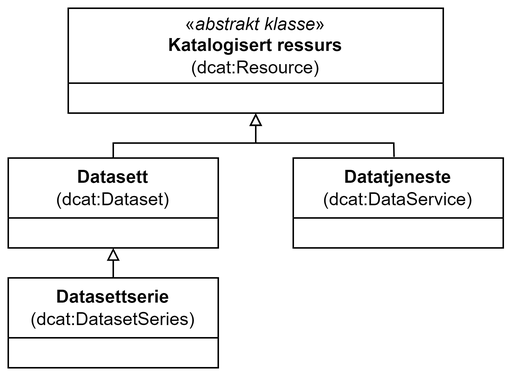
Informasjonsforvaltning/dcat-ap-no keeps this draw.io diagram as docs/images/Klassen-KatalogisertRessurs.png. Above is the earlier version. Source tidied: cells renumbered, new cells last; positions are measured from the earlier drawing's top-left corner, leaving out a move shared by most shapes.
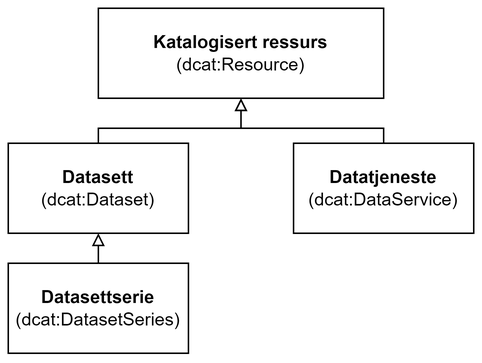
After the change.

The edit, as a diff of the source:
```diff
@@ -2,36 +2,42 @@
   <root>
     <mxCell id="0" />
     <mxCell id="1" parent="0" />
-    <mxCell id="2" value="&lt;span style=&quot;font-weight: normal;&quot;&gt;«&lt;i&gt;abstrakt klasse&lt;/i&gt;»&lt;/span&gt;&lt;br&gt;Katalogisert ressurs&lt;br&gt;&lt;span style=&quot;font-weight: normal;&quot;&gt;(&lt;/span&gt;&lt;span style=&quot;font-weight: 400;&quot;&gt;dcat:Resource&lt;/span&gt;&lt;span style=&quot;font-weight: normal;&quot;&gt;)&lt;/span&gt;" style="swimlane;whiteSpace=wrap;html=1;startSize=50;" parent="1" vertex="1">
-      <mxGeometry x="40" width="250" height="70" as="geometry" />
-    </mxCell>
-    <mxCell id="3" value="Datasett&lt;br&gt;&lt;span style=&quot;font-weight: normal;&quot;&gt;(&lt;/span&gt;&lt;span style=&quot;font-weight: 400;&quot;&gt;dcat:Dataset&lt;/span&gt;&lt;span style=&quot;font-weight: normal;&quot;&gt;)&lt;/span&gt;" style="swimlane;whiteSpace=wrap;html=1;startSize=40;" parent="1" vertex="1">
-      <mxGeometry y="100" width="140" height="60" as="geometry" />
-    </mxCell>
-    <mxCell id="4" value="Datasettserie&lt;br&gt;&lt;span style=&quot;font-weight: normal;&quot;&gt;(&lt;/span&gt;&lt;span style=&quot;font-weight: 400;&quot;&gt;dcat:DatasetSeries&lt;/span&gt;&lt;span style=&quot;font-weight: normal;&quot;&gt;)&lt;/span&gt;" style="swimlane;whiteSpace=wrap;html=1;startSize=40;" parent="1" vertex="1">
-      <mxGeometry y="180" width="140" height="60" as="geometry" />
-    </mxCell>
-    <mxCell id="5" value="Datatjeneste&lt;br&gt;&lt;span style=&quot;font-weight: normal;&quot;&gt;(&lt;/span&gt;&lt;span style=&quot;font-weight: 400;&quot;&gt;dcat:DataService&lt;/span&gt;&lt;span style=&quot;font-weight: normal;&quot;&gt;)&lt;/span&gt;" style="swimlane;whiteSpace=wrap;html=1;startSize=40;" parent="1" vertex="1">
-      <mxGeometry x="190" y="100" width="140" height="60" as="geometry" />
-    </mxCell>
-    <mxCell id="6" style="endArrow=block;html=1;rounded=0;exitX=0.5;exitY=0;exitDx=0;exitDy=0;entryX=0.5;entryY=1;entryDx=0;entryDy=0;endFill=0;" parent="1" edge="1" source="3" target="2">
+    <mxCell id="6" style="endArrow=block;html=1;rounded=0;exitX=0.5;exitY=0;exitDx=0;exitDy=0;entryX=0.5;entryY=1;entryDx=0;entryDy=0;endFill=0;" parent="1" edge="1">
       <mxGeometry relative="1" as="geometry">
+        <mxPoint x="60" y="100" as="sourcePoint" />
+        <mxPoint x="155" y="70" as="targetPoint" />
         <Array as="points">
-          <mxPoint x="70" y="90" />
-          <mxPoint x="165" y="90" />
+          <mxPoint x="60" y="90" />
+          <mxPoint x="155" y="90" />
         </Array>
       </mxGeometry>
     </mxCell>
-    <mxCell id="7" style="endArrow=block;html=1;rounded=0;exitX=0.5;exitY=0;exitDx=0;exitDy=0;endFill=0;entryX=0.5;entryY=1;entryDx=0;entryDy=0;" parent="1" edge="1" source="4" target="3">
-      <mxGeometry relative="1" as="geometry" />
+    <mxCell id="7" style="endArrow=block;html=1;rounded=0;exitX=0.5;exitY=0;exitDx=0;exitDy=0;endFill=0;entryX=0.5;entryY=1;entryDx=0;entryDy=0;" parent="1" edge="1">
+      <mxGeometry relative="1" as="geometry">
+        <mxPoint x="60" y="180" as="sourcePoint" />
+        <mxPoint x="60" y="160" as="targetPoint" />
+      </mxGeometry>
     </mxCell>
-    <mxCell id="8" style="endArrow=block;html=1;rounded=0;exitX=0.48;exitY=-0.012;exitDx=0;exitDy=0;endFill=0;exitPerimeter=0;entryX=0.5;entryY=1;entryDx=0;entryDy=0;" parent="1" edge="1" source="5" target="2">
+    <mxCell id="8" style="endArrow=block;html=1;rounded=0;exitX=0.5;exitY=0;exitDx=0;exitDy=0;endFill=0;entryX=0.5;entryY=1;entryDx=0;entryDy=0;" parent="1" edge="1" source="11">
       <mxGeometry relative="1" as="geometry">
+        <mxPoint x="155" y="70" as="targetPoint" />
         <Array as="points">
-          <mxPoint x="257" y="90" />
-          <mxPoint x="165" y="90" />
+          <mxPoint x="250" y="90" />
+          <mxPoint x="155" y="90" />
         </Array>
       </mxGeometry>
     </mxCell>
+    <mxCell id="9" value="&lt;span style=&quot;color: rgb(0, 0, 0); font-family: Helvetica; font-size: 12px; font-style: normal; font-variant-ligatures: normal; font-variant-caps: normal; font-weight: 700; letter-spacing: normal; orphans: 2; text-align: center; text-indent: 0px; text-transform: none; widows: 2; word-spacing: 0px; -webkit-text-stroke-width: 0px; white-space: normal; text-decoration-thickness: initial; text-decoration-style: initial; text-decoration-color: initial; float: none; display: inline !important;&quot;&gt;Katalogisert ressurs&lt;/span&gt;&lt;br style=&quot;forced-color-adjust: none; color: rgb(0, 0, 0); font-family: Helvetica; font-size: 12px; font-style: normal; font-variant-ligatures: normal; font-variant-caps: normal; font-weight: 700; letter-spacing: normal; orphans: 2; text-align: center; text-indent: 0px; text-transform: none; widows: 2; word-spacing: 0px; -webkit-text-stroke-width: 0px; white-space: normal; text-decoration-thickness: initial; text-decoration-style: initial; text-decoration-color: initial;&quot;&gt;&lt;span style=&quot;forced-color-adjust: none; color: rgb(0, 0, 0); font-family: Helvetica; font-size: 12px; font-style: normal; font-variant-ligatures: normal; font-variant-caps: normal; letter-spacing: normal; orphans: 2; text-align: center; text-indent: 0px; text-transform: none; widows: 2; word-spacing: 0px; -webkit-text-stroke-width: 0px; white-space: normal; text-decoration-thickness: initial; text-decoration-style: initial; text-decoration-color: initial; font-weight: normal;&quot;&gt;(&lt;/span&gt;&lt;span style=&quot;forced-color-adjust: none; color: rgb(0, 0, 0); font-family: Helvetica; font-size: 12px; font-style: normal; font-variant-ligatures: normal; font-variant-caps: normal; letter-spacing: normal; orphans: 2; text-align: center; text-indent: 0px; text-transform: none; widows: 2; word-spacing: 0px; -webkit-text-stroke-width: 0px; white-space: normal; text-decoration-thickness: initial; text-decoration-style: initial; text-decoration-color: initial; font-weight: 400;&quot;&gt;dcat:Resource&lt;/span&gt;&lt;span style=&quot;forced-color-adjust: none; color: rgb(0, 0, 0); font-family: Helvetica; font-size: 12px; font-style: normal; font-variant-ligatures: normal; font-variant-caps: normal; letter-spacing: normal; orphans: 2; text-align: center; text-indent: 0px; text-transform: none; widows: 2; word-spacing: 0px; -webkit-text-stroke-width: 0px; white-space: normal; text-decoration-thickness: initial; text-decoration-style: initial; text-decoration-color: initial; font-weight: normal;&quot;&gt;)&lt;/span&gt;" style="rounded=0;whiteSpace=wrap;html=1;fillColor=#FFFFFF;" parent="1" vertex="1">
+      <mxGeometry x="60" y="10" width="190" height="60" as="geometry" />
+    </mxCell>
+    <mxCell id="3" value="&lt;span style=&quot;color: rgb(0, 0, 0); font-family: Helvetica; font-size: 12px; font-style: normal; font-variant-ligatures: normal; font-variant-caps: normal; font-weight: 700; letter-spacing: normal; orphans: 2; text-align: center; text-indent: 0px; text-transform: none; widows: 2; word-spacing: 0px; -webkit-text-stroke-width: 0px; white-space: normal; text-decoration-thickness: initial; text-decoration-style: initial; text-decoration-color: initial; float: none; display: inline !important;&quot;&gt;Datasett&lt;/span&gt;&lt;br style=&quot;forced-color-adjust: none; color: rgb(0, 0, 0); font-family: Helvetica; font-size: 12px; font-style: normal; font-variant-ligatures: normal; font-variant-caps: normal; font-weight: 700; letter-spacing: normal; orphans: 2; text-align: center; text-indent: 0px; text-transform: none; widows: 2; word-spacing: 0px; -webkit-text-stroke-width: 0px; white-space: normal; text-decoration-thickness: initial; text-decoration-style: initial; text-decoration-color: initial;&quot;&gt;&lt;span style=&quot;forced-color-adjust: none; color: rgb(0, 0, 0); font-family: Helvetica; font-size: 12px; font-style: normal; font-variant-ligatures: normal; font-variant-caps: normal; letter-spacing: normal; orphans: 2; text-align: center; text-indent: 0px; text-transform: none; widows: 2; word-spacing: 0px; -webkit-text-stroke-width: 0px; white-space: normal; text-decoration-thickness: initial; text-decoration-style: initial; text-decoration-color: initial; font-weight: normal;&quot;&gt;(&lt;/span&gt;&lt;span style=&quot;forced-color-adjust: none; color: rgb(0, 0, 0); font-family: Helvetica; font-size: 12px; font-style: normal; font-variant-ligatures: normal; font-variant-caps: normal; letter-spacing: normal; orphans: 2; text-align: center; text-indent: 0px; text-transform: none; widows: 2; word-spacing: 0px; -webkit-text-stroke-width: 0px; white-space: normal; text-decoration-thickness: initial; text-decoration-style: initial; text-decoration-color: initial; font-weight: 400;&quot;&gt;dcat:Dataset&lt;/span&gt;&lt;span style=&quot;forced-color-adjust: none; color: rgb(0, 0, 0); font-family: Helvetica; font-size: 12px; font-style: normal; font-variant-ligatures: normal; font-variant-caps: normal; letter-spacing: normal; orphans: 2; text-align: center; text-indent: 0px; text-transform: none; widows: 2; word-spacing: 0px; -webkit-text-stroke-width: 0px; white-space: normal; text-decoration-thickness: initial; text-decoration-style: initial; text-decoration-color: initial; font-weight: normal;&quot;&gt;)&lt;/span&gt;" style="rounded=0;whiteSpace=wrap;html=1;fillColor=#FFFFFF;" parent="1" vertex="1">
+      <mxGeometry y="100" width="120" height="60" as="geometry" />
+    </mxCell>
+    <mxCell id="10" value="&lt;span style=&quot;font-weight: 700;&quot;&gt;Datasettserie&lt;/span&gt;&lt;br style=&quot;font-weight: 700;&quot;&gt;(dcat:DatasetSeries)" style="rounded=0;whiteSpace=wrap;html=1;fillColor=#FFFFFF;" parent="1" vertex="1">
+      <mxGeometry y="180" width="120" height="60" as="geometry" />
+    </mxCell>
+    <mxCell id="11" value="&lt;span style=&quot;font-weight: 700;&quot;&gt;Datatjeneste&lt;/span&gt;&lt;br style=&quot;font-weight: 700;&quot;&gt;(dcat:DataService)" style="rounded=0;whiteSpace=wrap;html=1;fillColor=#FFFFFF;" parent="1" vertex="1">
+      <mxGeometry x="190" y="100" width="120" height="60" as="geometry" />
+    </mxCell>
   </root>
 </mxGraphModel>
```
